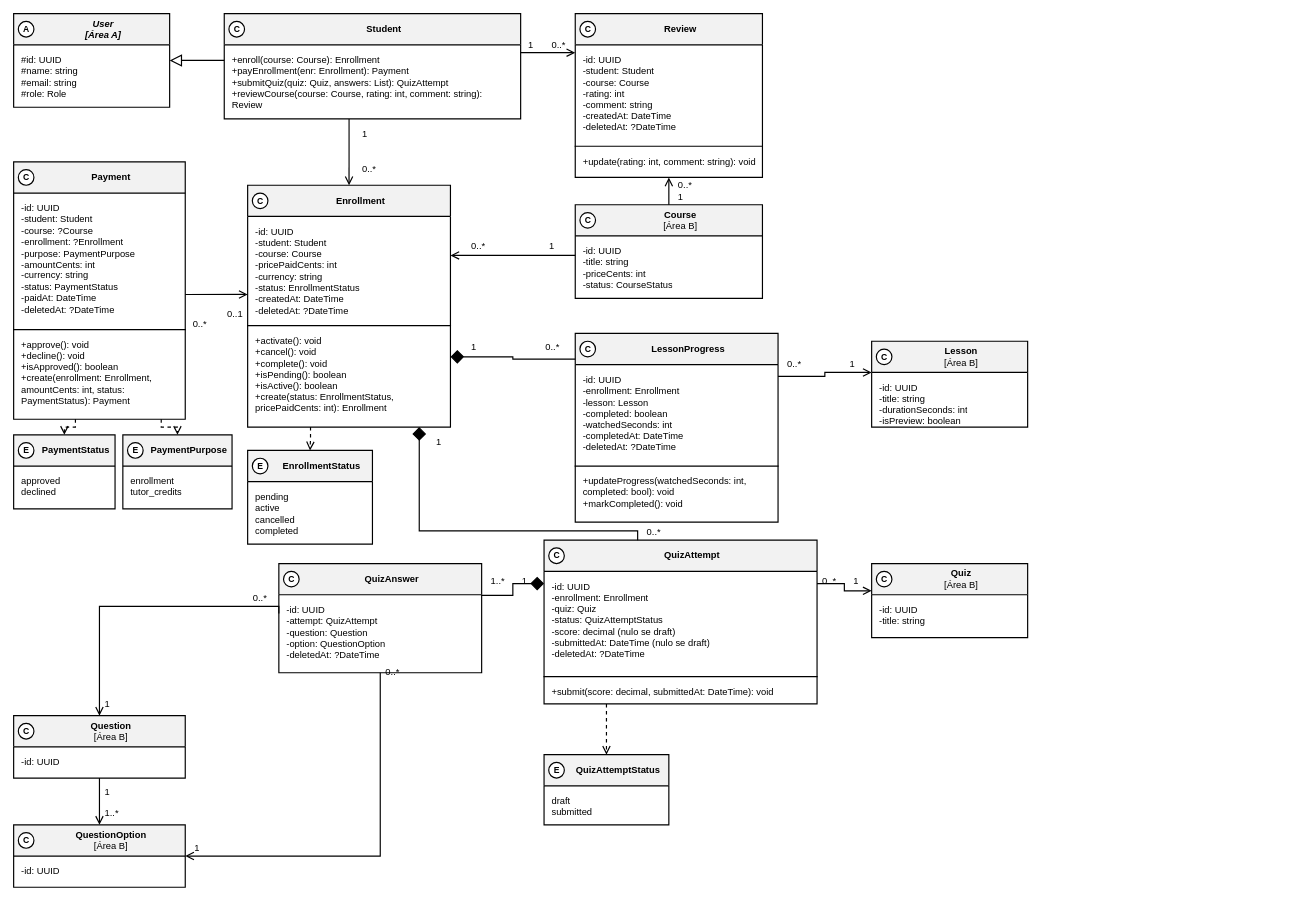
Earlier version of the draw.io diagram especificacao/diagramas/13-classes-area-c-negocial.drawio (Plataforma-de-Cursos-TCC/plataforma-cursos-docs). Source tidied: cells renumbered, new cells numbered last; positions are measured from the earlier drawing's top-left corner, leaving out a move shared by most shapes. Both pictures are drawn from the tidied source at 78%, with x=0, y=0 at pixel (13, 13).
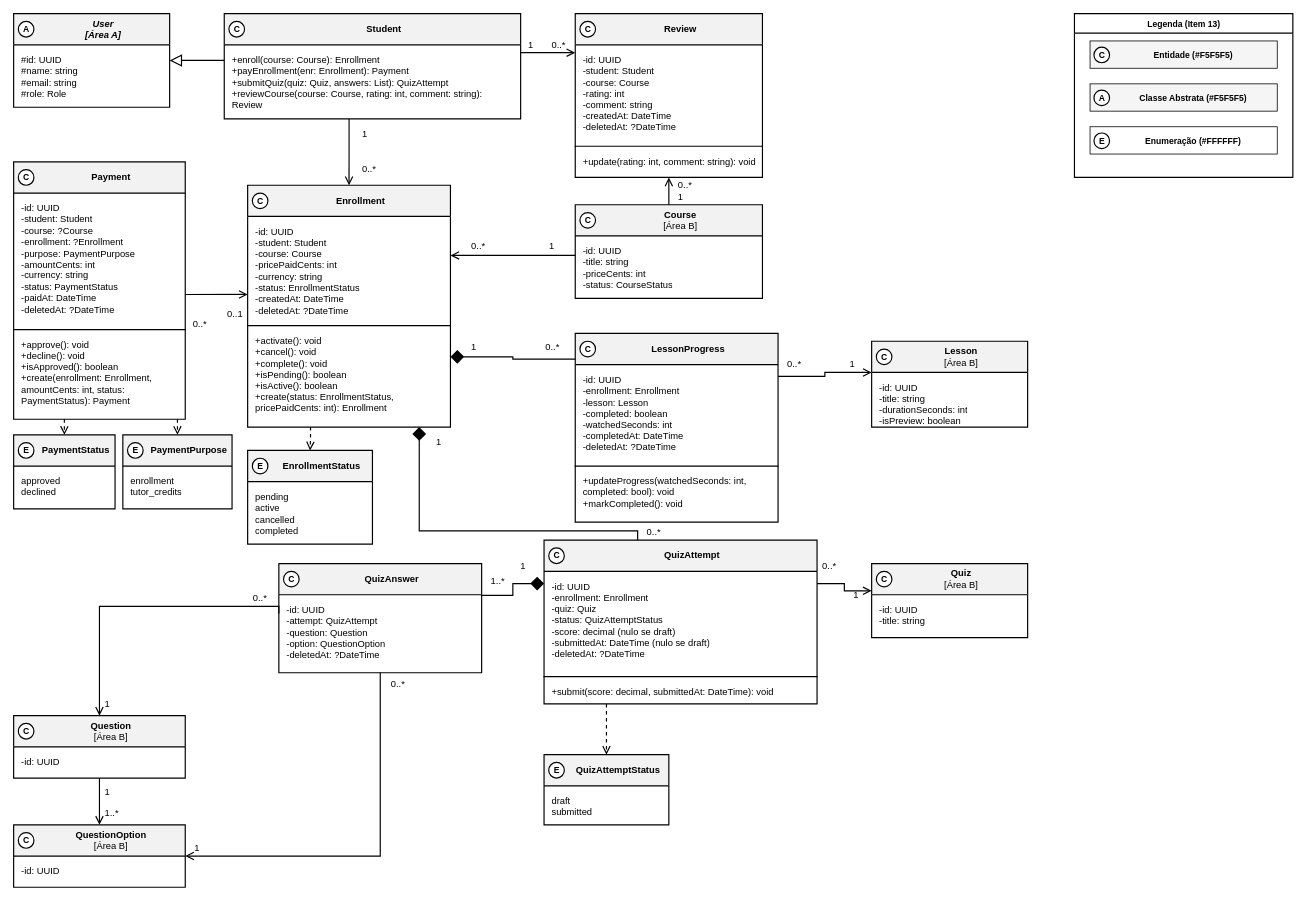
After the change.

Commit message (it also covers changes not shown here):
fix(diagrama-de-classes): add legend and separate multiplicities in Area C negocial

Unchanged cells that the change refers to:
```xml
<mxCell id="10" value="&lt;b&gt;PaymentStatus&lt;/b&gt;" style="swimlane;fontStyle=0;align=center;verticalAlign=middle;horizontal=1;startSize=40;html=1;whiteSpace=wrap;fontFamily=Helvetica;fontSize=12;fillColor=#F2F2F2;swimlaneFillColor=#FFFFFF;strokeColor=#000000;strokeWidth=1.5;fontColor=#000000;spacingLeft=30;" parent="1" vertex="1">
  <mxGeometry y="540" width="130" height="95" as="geometry" />
</mxCell>
<mxCell id="12" value="&lt;b&gt;Payment&lt;/b&gt;" style="swimlane;fontStyle=0;align=center;verticalAlign=middle;horizontal=1;startSize=40;html=1;whiteSpace=wrap;fontFamily=Helvetica;fontSize=12;fillColor=#F2F2F2;swimlaneFillColor=#FFFFFF;strokeColor=#000000;strokeWidth=1.5;fontColor=#000000;spacingLeft=30;" parent="1" vertex="1">
  <mxGeometry y="190" width="220" height="330" as="geometry" />
</mxCell>
<mxCell id="82" value="&lt;b&gt;PaymentPurpose&lt;/b&gt;" style="swimlane;fontStyle=0;align=center;verticalAlign=middle;horizontal=1;startSize=40;html=1;whiteSpace=wrap;fontFamily=Helvetica;fontSize=12;fillColor=#F2F2F2;swimlaneFillColor=#FFFFFF;strokeColor=#000000;strokeWidth=1.5;fontColor=#000000;spacingLeft=30;" parent="1" vertex="1">
  <mxGeometry x="140" y="540" width="140" height="95" as="geometry" />
</mxCell>
```

Diff of the diagram source:
```diff
@@
     <mxCell id="59" value="0..*" style="text;html=1;align=left;verticalAlign=middle;fontFamily=Helvetica;fontSize=12;fontColor=#000000;fillColor=none;strokeColor=none;" parent="1" vertex="1">
-      <mxGeometry x="1035" y="718" width="30" height="20" as="geometry" />
+      <mxGeometry x="1035" y="698" width="30" height="20" as="geometry" />
     </mxCell>
     <mxCell id="60" value="1" style="text;html=1;align=left;verticalAlign=middle;fontFamily=Helvetica;fontSize=12;fontColor=#000000;fillColor=none;strokeColor=none;" parent="1" vertex="1">
-      <mxGeometry x="1075" y="718" width="20" height="20" as="geometry" />
+      <mxGeometry x="1075" y="736" width="20" height="20" as="geometry" />
     </mxCell>
@@
     <mxCell id="62" value="1" style="text;html=1;align=left;verticalAlign=middle;fontFamily=Helvetica;fontSize=12;fontColor=#000000;fillColor=none;strokeColor=none;" parent="1" vertex="1">
-      <mxGeometry x="650" y="718" width="20" height="20" as="geometry" />
+      <mxGeometry x="648" y="698" width="20" height="20" as="geometry" />
     </mxCell>
@@
-    <mxCell id="65" style="edgeStyle=orthogonalEdgeStyle;rounded=0;html=1;strokeColor=#000000;strokeWidth=1.5;dashed=1;endArrow=open;endFill=0;endSize=8;fontFamily=Helvetica;fontSize=12;exitX=0.36;exitY=1;entryX=0.5;entryY=0;" parent="1" edge="1" source="12" target="10">
+    <mxCell id="65" style="edgeStyle=none;rounded=0;html=1;strokeColor=#000000;strokeWidth=1.5;dashed=1;endArrow=open;endFill=0;endSize=8;fontFamily=Helvetica;fontSize=12;exitX=0.36;exitY=1;entryX=0.5;entryY=0;exitX=0.2955;exitY=1;exitDx=0;exitDy=0;entryX=0.5;entryY=0;entryDx=0;entryDy=0;" parent="1" edge="1" source="12" target="10">
       <mxGeometry relative="1" as="geometry" />
     </mxCell>
@@
     <mxCell id="78" value="0..*" style="text;html=1;align=left;verticalAlign=middle;fontFamily=Helvetica;fontSize=12;fontColor=#000000;fillColor=none;strokeColor=none;" parent="1" vertex="1">
-      <mxGeometry x="475" y="835" width="30" height="20" as="geometry" />
+      <mxGeometry x="482" y="850" width="30" height="20" as="geometry" />
     </mxCell>
@@
-    <mxCell id="84" style="edgeStyle=orthogonalEdgeStyle;rounded=0;html=1;strokeColor=#000000;strokeWidth=1.5;dashed=1;endArrow=open;endFill=0;endSize=8;fontFamily=Helvetica;fontSize=12;exitX=0.86;exitY=1;entryX=0.5;entryY=0;" parent="1" edge="1" source="12" target="82">
+    <mxCell id="84" style="edgeStyle=none;rounded=0;html=1;strokeColor=#000000;strokeWidth=1.5;dashed=1;endArrow=open;endFill=0;endSize=8;fontFamily=Helvetica;fontSize=12;exitX=0.86;exitY=1;entryX=0.5;entryY=0;exitX=0.9545;exitY=1;exitDx=0;exitDy=0;entryX=0.5;entryY=0;entryDx=0;entryDy=0;" parent="1" edge="1" source="12" target="82">
       <mxGeometry relative="1" as="geometry" />
     </mxCell>
@@
+    <mxCell id="102" value="&lt;b&gt;Legenda (Item 13)&lt;/b&gt;" style="swimlane;html=1;fontStyle=0;align=center;verticalAlign=top;startSize=25;fillColor=#FFFFFF;swimlaneFillColor=#FFFFFF;strokeColor=#000000;strokeWidth=1.5;fontFamily=Helvetica;fontSize=11;fontColor=#000000;rounded=0;" parent="1" vertex="1">
+      <mxGeometry x="1360" width="280" height="210" as="geometry" />
+    </mxCell>
+    <mxCell id="103" value="&lt;b&gt;Entidade (#F5F5F5)&lt;/b&gt;" style="rounded=0;whiteSpace=wrap;html=1;fillColor=#F5F5F5;strokeColor=#000000;strokeWidth=1;fontSize=11;fontFamily=Helvetica;fontColor=#000000;align=center;verticalAlign=middle;spacingLeft=25;" parent="102" vertex="1">
+      <mxGeometry x="20" y="35" width="240" height="35" as="geometry" />
+    </mxCell>
+    <mxCell id="104" value="C" style="ellipse;html=1;fillColor=#FFFFFF;strokeColor=#000000;strokeWidth=1.5;fontFamily=Helvetica;fontSize=11;fontStyle=1;fontColor=#000000;align=center;verticalAlign=middle;" parent="102" vertex="1">
+      <mxGeometry x="25" y="43" width="20" height="20" as="geometry" />
+    </mxCell>
+    <mxCell id="105" value="&lt;b&gt;Classe Abstrata (#F5F5F5)&lt;/b&gt;" style="rounded=0;whiteSpace=wrap;html=1;fillColor=#F5F5F5;strokeColor=#000000;strokeWidth=1;fontSize=11;fontFamily=Helvetica;fontColor=#000000;align=center;verticalAlign=middle;spacingLeft=25;" parent="102" vertex="1">
+      <mxGeometry x="20" y="90" width="240" height="35" as="geometry" />
+    </mxCell>
+    <mxCell id="106" value="A" style="ellipse;html=1;fillColor=#FFFFFF;strokeColor=#000000;strokeWidth=1.5;fontFamily=Helvetica;fontSize=11;fontStyle=1;fontColor=#000000;align=center;verticalAlign=middle;" parent="102" vertex="1">
+      <mxGeometry x="25" y="98" width="20" height="20" as="geometry" />
+    </mxCell>
+    <mxCell id="107" value="&lt;b&gt;Enumeração (#FFFFFF)&lt;/b&gt;" style="rounded=0;whiteSpace=wrap;html=1;fillColor=#FFFFFF;strokeColor=#000000;strokeWidth=1;fontSize=11;fontFamily=Helvetica;fontColor=#000000;align=center;verticalAlign=middle;spacingLeft=25;" parent="102" vertex="1">
+      <mxGeometry x="20" y="145" width="240" height="35" as="geometry" />
+    </mxCell>
+    <mxCell id="108" value="E" style="ellipse;html=1;fillColor=#FFFFFF;strokeColor=#000000;strokeWidth=1.5;fontFamily=Helvetica;fontSize=11;fontStyle=1;fontColor=#000000;align=center;verticalAlign=middle;" parent="102" vertex="1">
+      <mxGeometry x="25" y="153" width="20" height="20" as="geometry" />
+    </mxCell>
```
